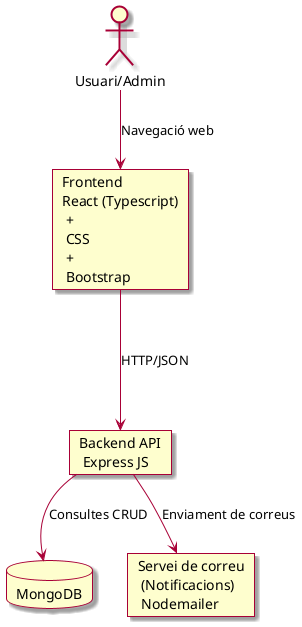
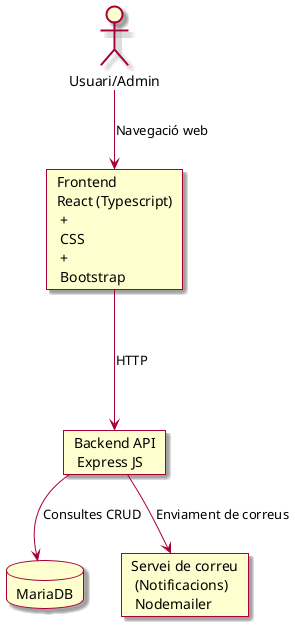
@startuml

skin rose

actor "Usuari/Admin"

card "Frontend\nReact (Typescript)\n +\n CSS\n +\n Bootstrap"

card "Backend API\n Express JS"

- database "MongoDB"
+ database "MariaDB"

card "Servei de correu\n (Notificacions)\n Nodemailer"

"Usuari/Admin" --> "Frontend\nReact (Typescript)\n +\n CSS\n +\n Bootstrap" : Navegació web

- "Frontend\nReact (Typescript)\n +\n CSS\n +\n Bootstrap" ---> "Backend API\n Express JS" : HTTP/JSON
+ "Frontend\nReact (Typescript)\n +\n CSS\n +\n Bootstrap" ---> "Backend API\n Express JS" : HTTP

- "Backend API\n Express JS" --> "MongoDB" : Consultes CRUD
+ "Backend API\n Express JS" --> "MariaDB" : Consultes CRUD

"Backend API\n Express JS" --> "Servei de correu\n (Notificacions)\n Nodemailer" : Enviament de correus

@enduml